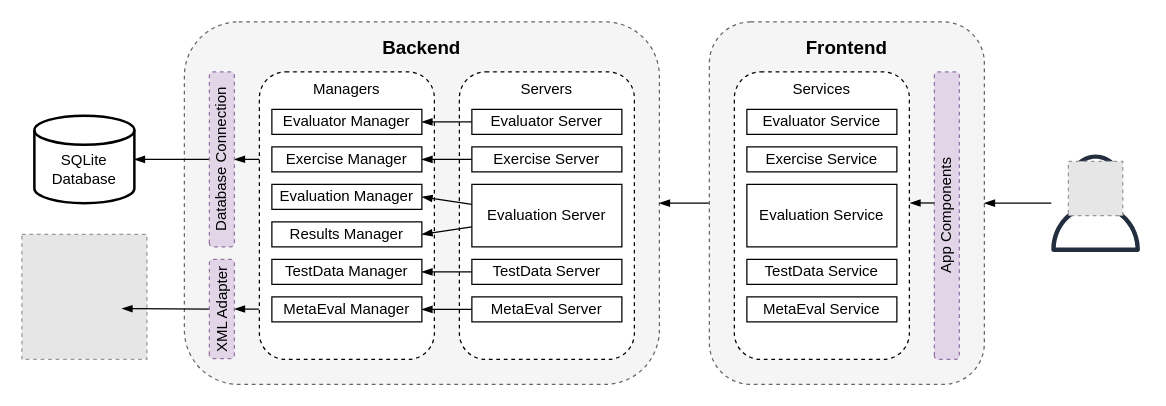
Before: doc/graphics/ImplementationEntities.drawio in PDT42/bachelor-quality-testing-inloom, a draw.io diagram. Source tidied: cells renumbered, new cells numbered last; positions are measured from the earlier drawing's top-left corner, leaving out a move shared by most shapes. Both pictures are drawn from the tidied source at 125%, with x=0, y=0 at pixel (21, 21). Pictures stored in the file or linked from it are replaced by grey dashed boxes.
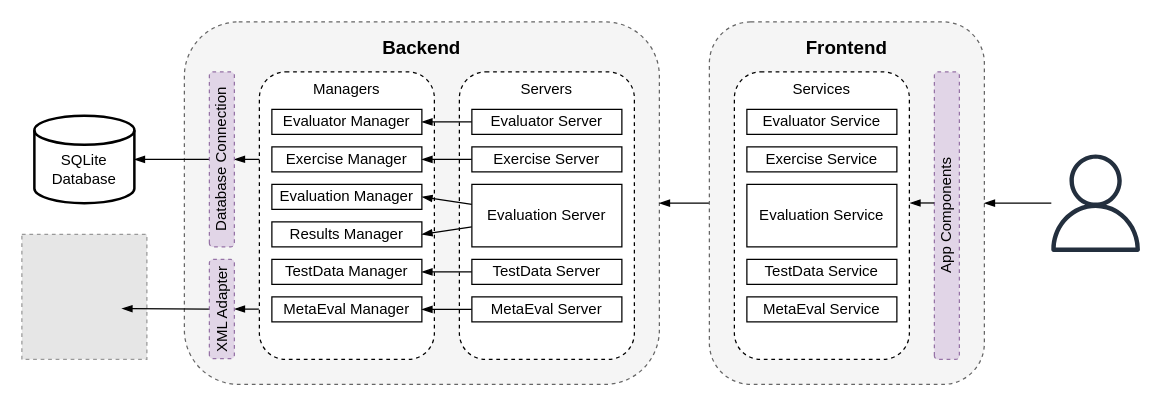
The same page after the edit.

Commit message (it also covers changes not shown here):
Updated implementation entities graphic

Change to the diagram source:
```diff
@@
-    <mxCell id="43" style="fillColor=#E6E6E6;strokeColor=#999999;dashed=1;verticalLabelPosition=bottom;labelBackgroundColor=#ffffff;verticalAlign=top;" parent="1" vertex="1">
-      <mxGeometry x="837.2" y="111.5" width="43.5" height="43.5" as="geometry" />
-    </mxCell>
```
